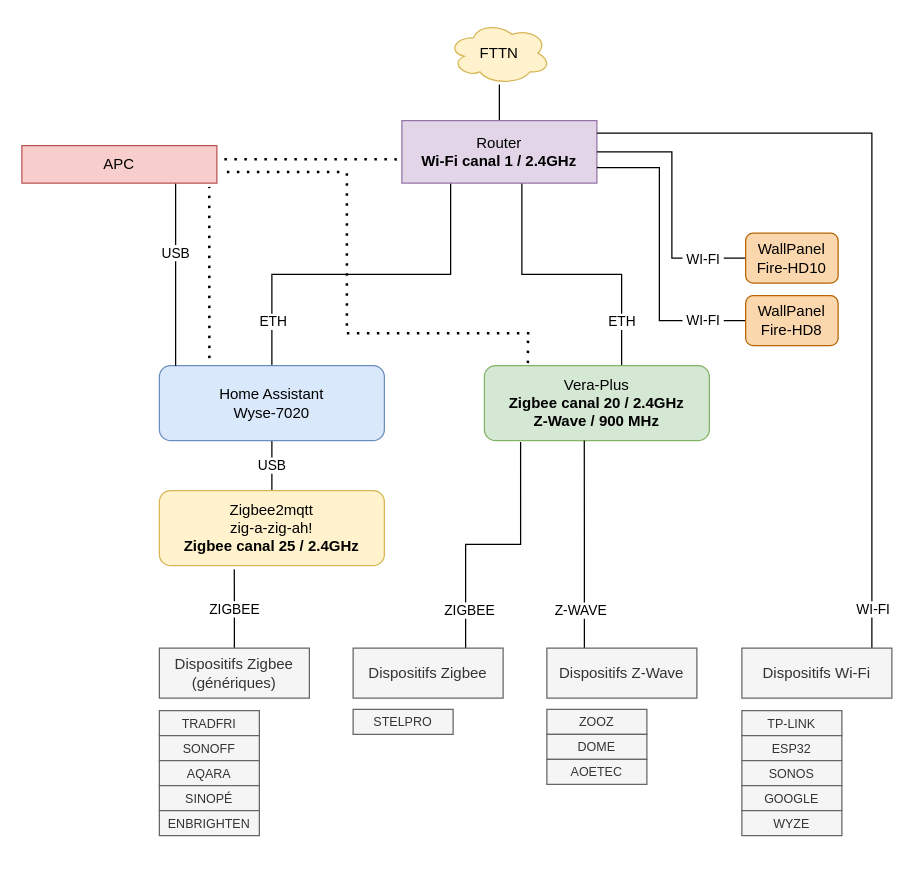
thanksmister/home-assistant keeps this draw.io diagram as images/diagram_ha_hardware.drawio. Above is the earlier version. Source tidied: cells renumbered, new cells numbered last; positions are measured from the earlier drawing's top-left corner, leaving out a move shared by most shapes. Both pictures are drawn from the tidied source at 125%, with x=0, y=0 at pixel (21, 21).
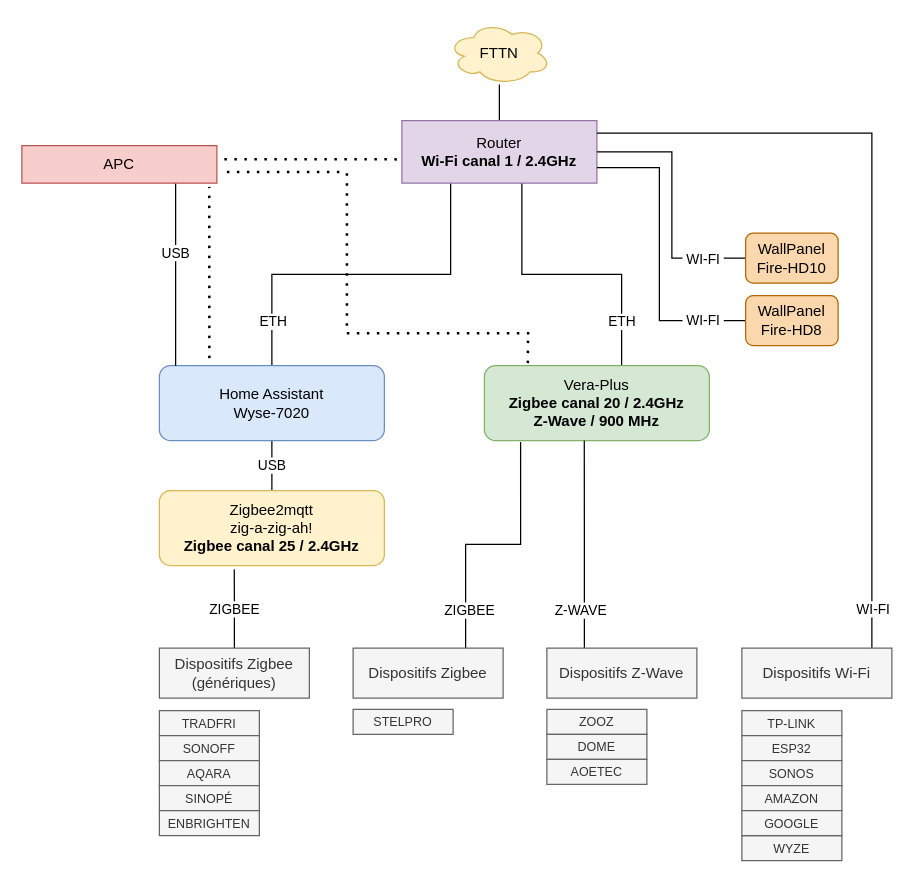
After the change.

Change to the diagram source:
```diff
@@
-    <mxCell id="36" value="GOOGLE" style="rounded=0;whiteSpace=wrap;html=1;fillColor=#f5f5f5;strokeColor=#666666;fontColor=#333333;fontSize=10;" parent="1" vertex="1">
+    <mxCell id="36" value="AMAZON" style="rounded=0;whiteSpace=wrap;html=1;fillColor=#f5f5f5;strokeColor=#666666;fontColor=#333333;fontSize=10;" parent="1" vertex="1">
       <mxGeometry x="576" y="611" width="80" height="20" as="geometry" />
     </mxCell>
     <mxCell id="37" value="WYZE" style="rounded=0;whiteSpace=wrap;html=1;fillColor=#f5f5f5;strokeColor=#666666;fontColor=#333333;fontSize=10;" parent="1" vertex="1">
-      <mxGeometry x="576" y="631" width="80" height="20" as="geometry" />
+      <mxGeometry x="576" y="651" width="80" height="20" as="geometry" />
     </mxCell>
@@
+    <mxCell id="53" value="GOOGLE" style="rounded=0;whiteSpace=wrap;html=1;fillColor=#f5f5f5;strokeColor=#666666;fontColor=#333333;fontSize=10;" parent="1" vertex="1">
+      <mxGeometry x="576" y="631" width="80" height="20" as="geometry" />
+    </mxCell>
```
